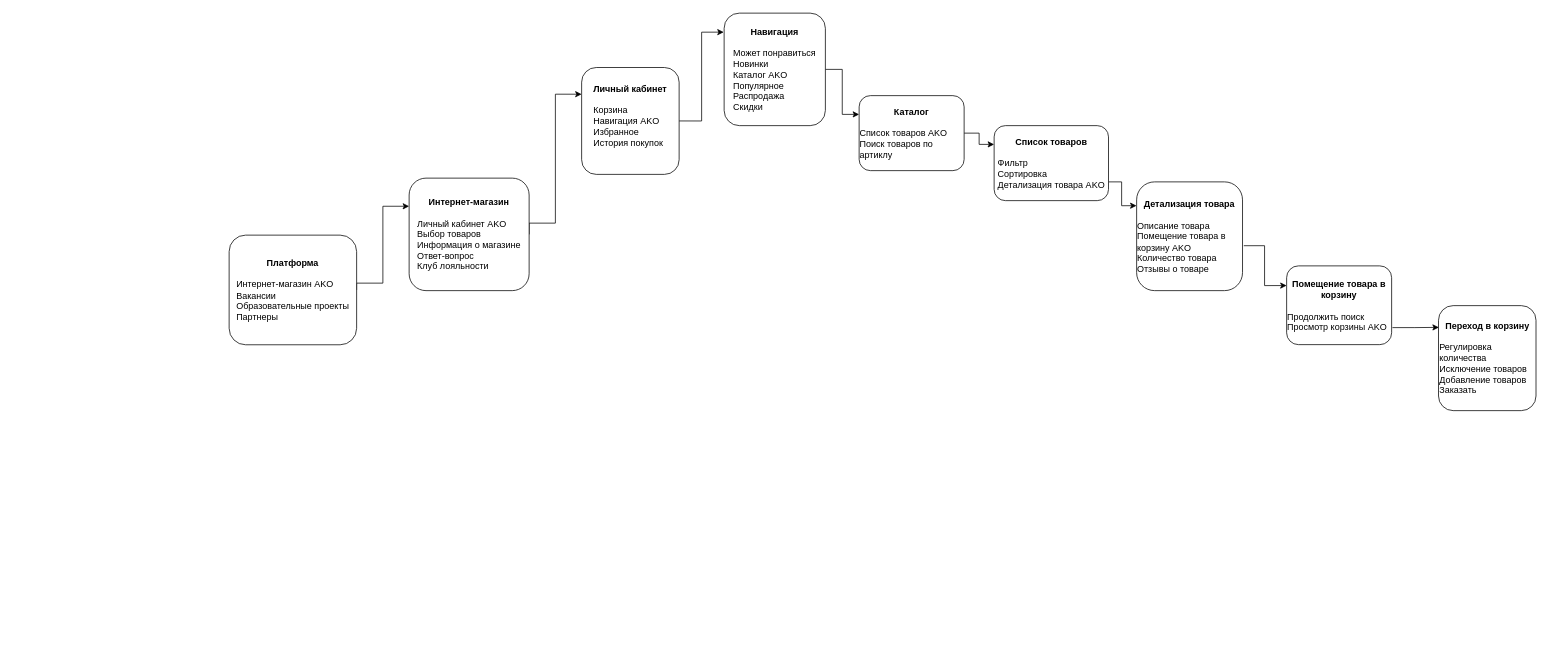
Before: page "Page-4" (4 of 4) of BirthdayBotDialog.drawio in JanuaryAle/myDiagrams, a draw.io diagram. Source tidied: cells renumbered, new cells numbered last; positions are measured from the earlier drawing's top-left corner, leaving out a move shared by most shapes. Both pictures are drawn from the tidied source at 75%, with x=0, y=0 at pixel (229, 13).
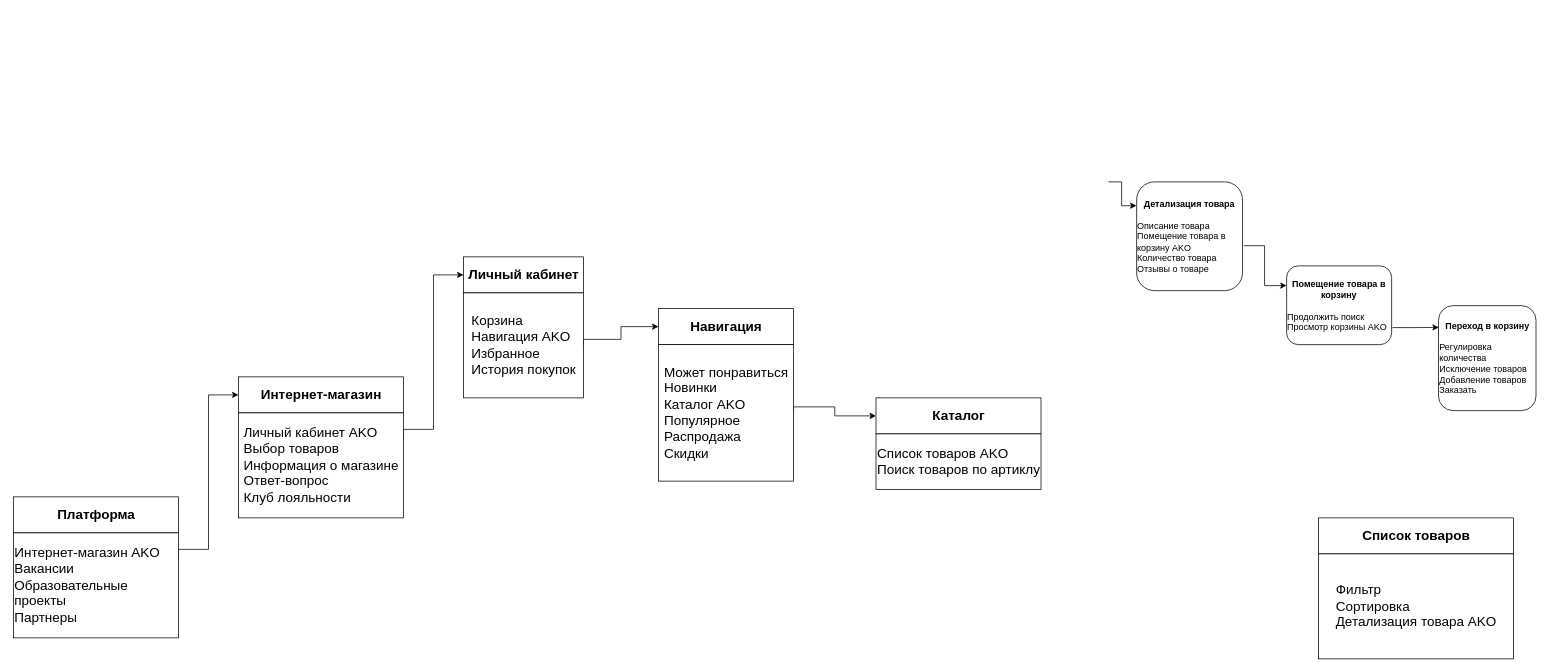
The same page after the edit.

Unchanged cells that the change refers to:
```xml
<mxCell id="16" value="&lt;b&gt;Детализация товара&lt;br&gt;&lt;br&gt;&lt;/b&gt;&lt;div style=&quot;text-align: left&quot;&gt;&lt;span&gt;Описание товара&lt;/span&gt;&lt;/div&gt;&lt;div style=&quot;text-align: left&quot;&gt;&lt;span&gt;Помещение товара в корзину AKO&lt;/span&gt;&lt;/div&gt;&lt;div style=&quot;text-align: left&quot;&gt;&lt;span&gt;Количество товара&lt;/span&gt;&lt;/div&gt;&lt;div style=&quot;text-align: left&quot;&gt;&lt;span&gt;Отзывы о товаре&lt;/span&gt;&lt;/div&gt;" style="rounded=1;whiteSpace=wrap;html=1;arcSize=17;" parent="1" vertex="1">
  <mxGeometry x="1210" y="225" width="141.2" height="145" as="geometry" />
</mxCell>
```

What changed in the source:
```diff
@@
-    <mxCell id="3" style="edgeStyle=orthogonalEdgeStyle;rounded=0;jettySize=auto;html=1;exitX=1;exitY=0.5;exitDx=0;exitDy=0;entryX=-0.004;entryY=0.169;entryDx=0;entryDy=0;entryPerimeter=0;" parent="1" edge="1" source="4" target="10">
-      <mxGeometry relative="1" as="geometry" />
-    </mxCell>
-    <mxCell id="4" value="&lt;b&gt;Личный кабинет&lt;br&gt;&lt;/b&gt;&lt;br&gt;&lt;div style=&quot;text-align: left&quot;&gt;Корзина&lt;/div&gt;&lt;div style=&quot;text-align: left&quot;&gt;Навигация AKO&lt;/div&gt;&lt;div style=&quot;text-align: left&quot;&gt;&lt;span&gt;Избранное&lt;/span&gt;&lt;/div&gt;&lt;div style=&quot;text-align: left&quot;&gt;&lt;span&gt;История покупок&lt;/span&gt;&lt;/div&gt;&lt;div style=&quot;text-align: left&quot;&gt;&lt;br&gt;&lt;/div&gt;" style="rounded=1;whiteSpace=wrap;html=1;" parent="1" vertex="1">
-      <mxGeometry x="470" y="72.5" width="130" height="142.5" as="geometry" />
-    </mxCell>
-    <mxCell id="5" style="edgeStyle=orthogonalEdgeStyle;rounded=0;jettySize=auto;html=1;exitX=1;exitY=0.5;exitDx=0;exitDy=0;entryX=0;entryY=0.25;entryDx=0;entryDy=0;" parent="1" edge="1" source="6" target="4">
-      <mxGeometry relative="1" as="geometry">
-        <Array as="points">
-          <mxPoint x="400" y="280" />
-          <mxPoint x="435" y="280" />
-          <mxPoint x="435" y="108" />
-        </Array>
-      </mxGeometry>
-    </mxCell>
-    <mxCell id="6" value="&lt;b&gt;Интернет-магазин&lt;br&gt;&lt;/b&gt;&lt;br&gt;&lt;div style=&quot;text-align: left&quot;&gt;&lt;span&gt;Личный кабинет AKO&lt;/span&gt;&lt;/div&gt;&lt;div style=&quot;text-align: left&quot;&gt;&lt;span&gt;Выбор товаров&lt;/span&gt;&lt;/div&gt;&lt;div style=&quot;text-align: left&quot;&gt;&lt;span&gt;Информация о магазине&lt;/span&gt;&lt;/div&gt;&lt;div style=&quot;text-align: left&quot;&gt;&lt;span style=&quot;text-align: center&quot;&gt;Ответ-вопрос&lt;/span&gt;&lt;br style=&quot;text-align: center&quot;&gt;&lt;span style=&quot;text-align: center&quot;&gt;Клуб лояльности&lt;/span&gt;&lt;span&gt;&lt;br&gt;&lt;/span&gt;&lt;/div&gt;" style="rounded=1;whiteSpace=wrap;html=1;" parent="1" vertex="1">
-      <mxGeometry x="240" y="220" width="160" height="150" as="geometry" />
-    </mxCell>
-    <mxCell id="7" style="edgeStyle=orthogonalEdgeStyle;rounded=0;jettySize=auto;html=1;exitX=1;exitY=0.5;exitDx=0;exitDy=0;entryX=0;entryY=0.25;entryDx=0;entryDy=0;" parent="1" edge="1" source="8" target="6">
-      <mxGeometry relative="1" as="geometry">
-        <Array as="points">
-          <mxPoint x="170" y="360" />
-          <mxPoint x="205" y="360" />
-          <mxPoint x="205" y="258" />
-        </Array>
-      </mxGeometry>
-    </mxCell>
-    <mxCell id="8" value="&lt;b&gt;Платформа&lt;br&gt;&lt;/b&gt;&lt;br&gt;&lt;div style=&quot;text-align: left&quot;&gt;Интернет-магазин AKO&lt;/div&gt;&lt;div style=&quot;text-align: left&quot;&gt;&lt;span&gt;Вакансии&lt;/span&gt;&lt;/div&gt;&lt;div style=&quot;text-align: left&quot;&gt;&lt;span&gt;Образовательные проекты&lt;/span&gt;&lt;/div&gt;&lt;div style=&quot;text-align: left&quot;&gt;&lt;span&gt;Партнеры&lt;/span&gt;&lt;/div&gt;" style="rounded=1;whiteSpace=wrap;html=1;" parent="1" vertex="1">
-      <mxGeometry y="296" width="170" height="146.2" as="geometry" />
-    </mxCell>
-    <mxCell id="9" style="edgeStyle=orthogonalEdgeStyle;rounded=0;jettySize=auto;html=1;entryX=0;entryY=0.25;entryDx=0;entryDy=0;" parent="1" edge="1" source="10" target="12">
-      <mxGeometry relative="1" as="geometry" />
-    </mxCell>
-    <mxCell id="10" value="&lt;b&gt;Навигация&lt;br&gt;&lt;/b&gt;&lt;br&gt;&lt;div style=&quot;text-align: left&quot;&gt;&lt;span&gt;Может понравиться&lt;/span&gt;&lt;/div&gt;&lt;div style=&quot;text-align: left&quot;&gt;&lt;span&gt;Новинки&lt;/span&gt;&lt;/div&gt;&lt;div style=&quot;text-align: left&quot;&gt;&lt;span&gt;Каталог AKO&lt;/span&gt;&lt;/div&gt;&lt;div style=&quot;text-align: left&quot;&gt;&lt;span&gt;Популярное&lt;/span&gt;&lt;/div&gt;&lt;div style=&quot;text-align: left&quot;&gt;&lt;span&gt;Распродажа&lt;/span&gt;&lt;/div&gt;&lt;div style=&quot;text-align: left&quot;&gt;&lt;span&gt;Скидки&lt;/span&gt;&lt;/div&gt;" style="rounded=1;whiteSpace=wrap;html=1;" parent="1" vertex="1">
-      <mxGeometry x="660" width="135" height="150" as="geometry" />
-    </mxCell>
-    <mxCell id="11" style="edgeStyle=orthogonalEdgeStyle;rounded=0;jettySize=auto;html=1;exitX=1;exitY=0.5;exitDx=0;exitDy=0;entryX=0;entryY=0.25;entryDx=0;entryDy=0;" parent="1" edge="1" source="12" target="14">
-      <mxGeometry relative="1" as="geometry" />
-    </mxCell>
-    <mxCell id="12" value="&lt;b&gt;Каталог&lt;br&gt;&lt;br&gt;&lt;div style=&quot;text-align: left&quot;&gt;&lt;span style=&quot;font-weight: normal&quot;&gt;Список товаров AKO&lt;/span&gt;&lt;/div&gt;&lt;/b&gt;&lt;div style=&quot;text-align: left&quot;&gt;&lt;span&gt;Поиск товаров по артиклу&lt;/span&gt;&lt;/div&gt;" style="rounded=1;whiteSpace=wrap;html=1;" parent="1" vertex="1">
-      <mxGeometry x="840" y="110" width="140" height="100" as="geometry" />
-    </mxCell>
-    <mxCell id="13" style="edgeStyle=orthogonalEdgeStyle;rounded=0;jettySize=auto;html=1;exitX=1;exitY=0.75;exitDx=0;exitDy=0;entryX=-0.001;entryY=0.219;entryDx=0;entryDy=0;entryPerimeter=0;" parent="1" edge="1" source="14" target="16">
+    <mxCell id="13" style="edgeStyle=orthogonalEdgeStyle;rounded=0;jettySize=auto;html=1;exitX=1;exitY=0.75;exitDx=0;exitDy=0;entryX=-0.001;entryY=0.219;entryDx=0;entryDy=0;entryPerimeter=0;" parent="1" edge="1" target="16">
       <mxGeometry relative="1" as="geometry">
+        <mxPoint x="1172.5" y="225" as="sourcePoint" />
         <Array as="points">
           <mxPoint x="1190" y="225" />
           <mxPoint x="1190" y="257" />
           <mxPoint x="1210" y="257" />
         </Array>
       </mxGeometry>
     </mxCell>
-    <mxCell id="14" value="&lt;b&gt;Список товаров&lt;br&gt;&lt;/b&gt;&lt;br&gt;&lt;div style=&quot;text-align: left&quot;&gt;Фильтр&lt;/div&gt;&lt;div style=&quot;text-align: left&quot;&gt;Сортировка&lt;/div&gt;&lt;div style=&quot;text-align: left&quot;&gt;Детализация товара AKO&lt;/div&gt;" style="rounded=1;whiteSpace=wrap;html=1;" parent="1" vertex="1">
-      <mxGeometry x="1020" y="150" width="152.5" height="100" as="geometry" />
-    </mxCell>
@@
+    <mxCell id="19" value="&lt;b&gt;Платформа&lt;/b&gt;" style="rounded=0;whiteSpace=wrap;html=1;fontSize=18;" parent="1" vertex="1">
+      <mxGeometry x="-287.5" y="645" width="220" height="48" as="geometry" />
+    </mxCell>
+    <mxCell id="20" style="edgeStyle=orthogonalEdgeStyle;rounded=0;jettySize=auto;html=1;exitX=1;exitY=0.25;exitDx=0;exitDy=0;entryX=0;entryY=0.5;entryDx=0;entryDy=0;fontSize=18;" parent="1" edge="1" source="21" target="22">
+      <mxGeometry relative="1" as="geometry">
+        <Array as="points">
+          <mxPoint x="-67.5" y="715" />
+          <mxPoint x="-27.5" y="715" />
+          <mxPoint x="-27.5" y="509" />
+        </Array>
+      </mxGeometry>
+    </mxCell>
+    <mxCell id="21" value="&lt;div style=&quot;text-align: left&quot;&gt;Интернет-магазин AKO&lt;/div&gt;&lt;div style=&quot;text-align: left&quot;&gt;Вакансии&lt;/div&gt;&lt;div style=&quot;text-align: left&quot;&gt;Образовательные проекты&lt;/div&gt;&lt;div style=&quot;text-align: left&quot;&gt;Партнеры&lt;/div&gt;" style="rounded=0;whiteSpace=wrap;html=1;fontSize=18;" parent="1" vertex="1">
+      <mxGeometry x="-287.5" y="693" width="220" height="140" as="geometry" />
+    </mxCell>
+    <mxCell id="22" value="&lt;b&gt;Интернет-магазин&lt;/b&gt;" style="rounded=0;whiteSpace=wrap;html=1;fontSize=18;" parent="1" vertex="1">
+      <mxGeometry x="12.5" y="485" width="220" height="48" as="geometry" />
+    </mxCell>
+    <mxCell id="23" style="edgeStyle=orthogonalEdgeStyle;rounded=0;jettySize=auto;html=1;exitX=1;exitY=0.25;exitDx=0;exitDy=0;entryX=0;entryY=0.5;entryDx=0;entryDy=0;fontSize=18;" parent="1" edge="1" source="24" target="25">
+      <mxGeometry relative="1" as="geometry">
+        <Array as="points">
+          <mxPoint x="232.5" y="555" />
+          <mxPoint x="272.5" y="555" />
+          <mxPoint x="272.5" y="349" />
+        </Array>
+      </mxGeometry>
+    </mxCell>
+    <mxCell id="24" value="&lt;div style=&quot;text-align: left&quot;&gt;&lt;div&gt;Личный кабинет AKO&lt;/div&gt;&lt;div&gt;Выбор товаров&lt;/div&gt;&lt;div&gt;Информация о магазине&lt;/div&gt;&lt;div&gt;&lt;span style=&quot;text-align: center&quot;&gt;Ответ-вопрос&lt;/span&gt;&lt;br style=&quot;text-align: center&quot;&gt;&lt;span style=&quot;text-align: center&quot;&gt;Клуб лояльности&lt;/span&gt;&lt;/div&gt;&lt;/div&gt;" style="rounded=0;whiteSpace=wrap;html=1;fontSize=18;" parent="1" vertex="1">
+      <mxGeometry x="12.5" y="533" width="220" height="140" as="geometry" />
+    </mxCell>
+    <mxCell id="25" value="&lt;b&gt;Личный кабинет&lt;br&gt;&lt;/b&gt;" style="rounded=0;whiteSpace=wrap;html=1;fontSize=18;" parent="1" vertex="1">
+      <mxGeometry x="312.5" y="325" width="160" height="48" as="geometry" />
+    </mxCell>
+    <mxCell id="26" style="edgeStyle=orthogonalEdgeStyle;rounded=0;jettySize=auto;html=1;exitX=1;exitY=0.5;exitDx=0;exitDy=0;entryX=0;entryY=0.5;entryDx=0;entryDy=0;fontSize=18;" parent="1" edge="1" source="27" target="28">
+      <mxGeometry relative="1" as="geometry">
+        <Array as="points">
+          <mxPoint x="472.5" y="435" />
+          <mxPoint x="522.5" y="435" />
+          <mxPoint x="522.5" y="418" />
+        </Array>
+      </mxGeometry>
+    </mxCell>
+    <mxCell id="27" value="&lt;div style=&quot;text-align: left&quot;&gt;&lt;div&gt;Корзина&lt;/div&gt;&lt;div&gt;Навигация AKO&lt;/div&gt;&lt;div&gt;Избранное&lt;/div&gt;&lt;div&gt;История покупок&lt;/div&gt;&lt;/div&gt;" style="rounded=0;whiteSpace=wrap;html=1;fontSize=18;" parent="1" vertex="1">
+      <mxGeometry x="312.5" y="373" width="160" height="140" as="geometry" />
+    </mxCell>
+    <mxCell id="28" value="&lt;b&gt;Навигация&lt;/b&gt;&lt;b&gt;&lt;br&gt;&lt;/b&gt;" style="rounded=0;whiteSpace=wrap;html=1;fontSize=18;" parent="1" vertex="1">
+      <mxGeometry x="572.5" y="394" width="180" height="48" as="geometry" />
+    </mxCell>
+    <mxCell id="29" style="edgeStyle=orthogonalEdgeStyle;rounded=0;jettySize=auto;html=1;exitX=1;exitY=0.5;exitDx=0;exitDy=0;entryX=0;entryY=0.5;entryDx=0;entryDy=0;fontSize=18;" parent="1" edge="1" source="30" target="31">
+      <mxGeometry relative="1" as="geometry">
+        <Array as="points">
+          <mxPoint x="752.5" y="525" />
+          <mxPoint x="807.5" y="525" />
+          <mxPoint x="807.5" y="537" />
+        </Array>
+      </mxGeometry>
+    </mxCell>
+    <mxCell id="30" value="&lt;div style=&quot;text-align: left&quot;&gt;&lt;div&gt;Может понравиться&lt;/div&gt;&lt;div&gt;Новинки&lt;/div&gt;&lt;div&gt;Каталог AKO&lt;/div&gt;&lt;div&gt;Популярное&lt;/div&gt;&lt;div&gt;Распродажа&lt;/div&gt;&lt;div&gt;Скидки&lt;/div&gt;&lt;/div&gt;" style="rounded=0;whiteSpace=wrap;html=1;fontSize=18;" parent="1" vertex="1">
+      <mxGeometry x="572.5" y="442" width="180" height="182" as="geometry" />
+    </mxCell>
+    <mxCell id="31" value="&lt;b&gt;Каталог&lt;/b&gt;" style="rounded=0;whiteSpace=wrap;html=1;fontSize=18;" parent="1" vertex="1">
+      <mxGeometry x="862.5" y="513" width="220" height="48" as="geometry" />
+    </mxCell>
+    <mxCell id="32" value="&lt;div style=&quot;text-align: left&quot;&gt;&lt;b style=&quot;text-align: center&quot;&gt;&lt;div style=&quot;text-align: left&quot;&gt;&lt;span style=&quot;font-weight: normal&quot;&gt;Список товаров AKO&lt;/span&gt;&lt;/div&gt;&lt;/b&gt;&lt;div&gt;Поиск товаров по артиклу&lt;/div&gt;&lt;/div&gt;" style="rounded=0;whiteSpace=wrap;html=1;fontSize=18;" parent="1" vertex="1">
+      <mxGeometry x="862.5" y="561" width="220" height="74" as="geometry" />
+    </mxCell>
+    <mxCell id="33" value="&lt;b&gt;Список товаров&lt;br&gt;&lt;/b&gt;" style="rounded=0;whiteSpace=wrap;html=1;fontSize=18;" parent="1" vertex="1">
+      <mxGeometry x="1452.5" y="673" width="260" height="48" as="geometry" />
+    </mxCell>
+    <mxCell id="34" value="&lt;div style=&quot;text-align: left&quot;&gt;&lt;div&gt;&lt;div&gt;Фильтр&lt;/div&gt;&lt;div&gt;Сортировка&lt;/div&gt;&lt;div&gt;Детализация товара AKO&lt;/div&gt;&lt;/div&gt;&lt;/div&gt;" style="rounded=0;whiteSpace=wrap;html=1;fontSize=18;" parent="1" vertex="1">
+      <mxGeometry x="1452.5" y="721" width="260" height="140" as="geometry" />
+    </mxCell>
```
